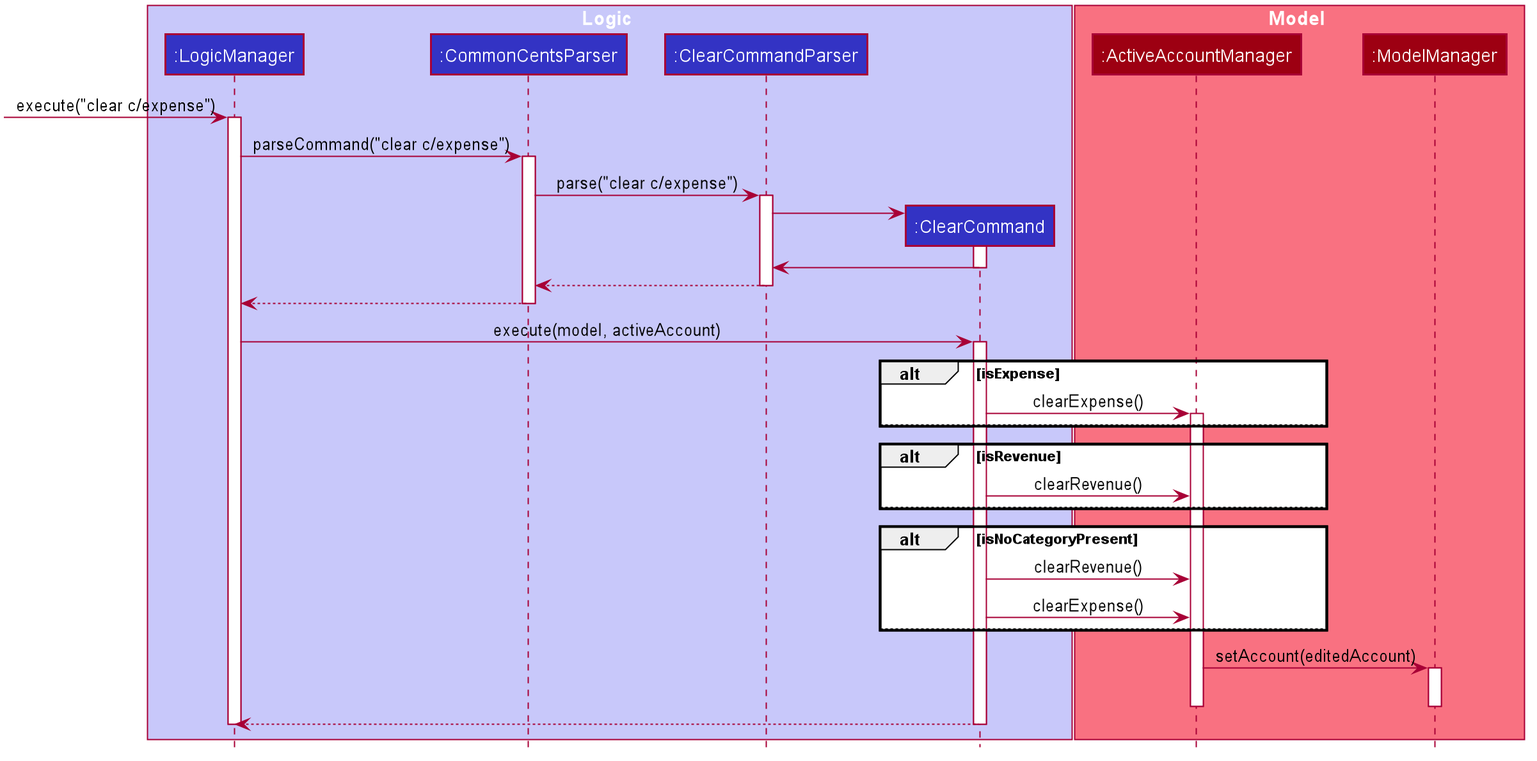
Above: docs/images/ClearSequenceDiagram.png in nus-cs2103-AY2021S1/tp (PlantUML), before the change.
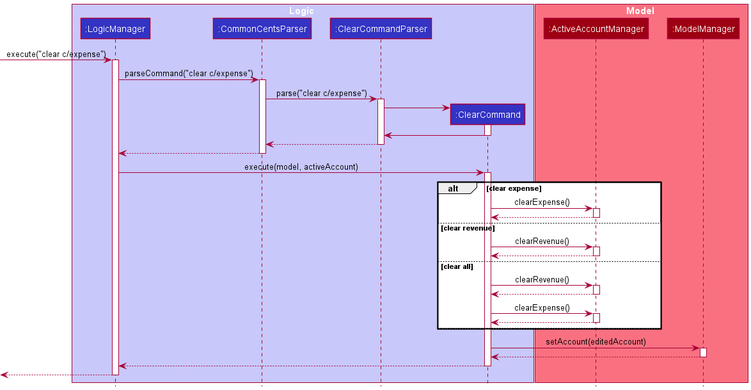
After the commit.

Change to the diagram source:
```diff
@@ -1,64 +1,16 @@
 @startuml
+!include style.puml
 
-
-
-
-
-
-
-
-
-skinparam BackgroundColor #FFFFFFF
-
-skinparam Shadowing false
-
-skinparam Class {
-    FontColor #FFFFFF
-    BorderThickness 1
-    BorderColor #FFFFFF
-    StereotypeFontColor #FFFFFF
-    FontName Arial
-}
-
-skinparam Actor {
-    BorderColor #000000
-    Color #000000
-    FontName Arial
-}
-
-skinparam Sequence {
-    MessageAlign center
-    BoxFontSize 15
-    BoxPadding 0
-    BoxFontColor #FFFFFF
-    FontName Arial
-}
-
-skinparam Participant {
-    FontColor #FFFFFFF
-    Padding 20
-}
-
-skinparam MinClassWidth 50
-skinparam ParticipantPadding 10
-skinparam Shadowing false
-skinparam DefaultTextAlignment center
-skinparam packageStyle Rectangle
-
-hide footbox
-hide members
-hide circle
-
-box Logic #C8C8FA
-participant ":LogicManager" as LogicManager #3333C4
-participant ":CommonCentsParser" as CommonCentsParser #3333C4
-participant ":ClearCommandParser" as ClearCommandParser #3333C4
-participant ":ClearCommand" as ClearCommand #3333C4
+box Logic LOGIC_COLOR_T1
+participant ":LogicManager" as LogicManager LOGIC_COLOR
+participant ":CommonCentsParser" as CommonCentsParser LOGIC_COLOR
+participant ":ClearCommandParser" as ClearCommandParser LOGIC_COLOR
+participant ":ClearCommand" as ClearCommand LOGIC_COLOR
 end box
 
-box Model #F97181
-participant ":ActiveAccountManager" as ActiveAccount #9D0012
-participant ":ModelManager" as Model #9D0012
+box Model MODEL_COLOR_T1
+participant ":ActiveAccountManager" as ActiveAccount MODEL_COLOR
+participant ":ModelManager" as Model MODEL_COLOR
 end box
 
 [-> LogicManager : execute("clear c/expense")
@@ -86,32 +38,40 @@
 LogicManager -> ClearCommand: execute(model, activeAccount)
 activate ClearCommand
 
-alt isExpense
+alt clear expense
 ClearCommand -> ActiveAccount: clearExpense()
 activate ActiveAccount
+ActiveAccount --> ClearCommand
+deactivate ActiveAccount
+
+else clear revenue
+ClearCommand -> ActiveAccount: clearRevenue()
+activate ActiveAccount
+ActiveAccount --> ClearCommand
+deactivate ActiveAccount
+
+else clear all
+ClearCommand -> ActiveAccount: clearRevenue()
+activate ActiveAccount
+ActiveAccount --> ClearCommand
+deactivate ActiveAccount
+ClearCommand -> ActiveAccount: clearExpense()
+activate ActiveAccount
+ActiveAccount --> ClearCommand
+deactivate ActiveAccount
 else
 end
 
-
-alt isRevenue
-ClearCommand -> ActiveAccount: clearRevenue()
-else
-end
-
-alt isNoCategoryPresent
-ClearCommand -> ActiveAccount: clearRevenue()
-ClearCommand -> ActiveAccount: clearExpense()
-else
-end
-
-ActiveAccount -> Model: setAccount(editedAccount)
+ClearCommand -> Model: setAccount(editedAccount)
 activate Model
 
+Model --> ClearCommand
 deactivate ActiveAccount
 deactivate Model
 
 ClearCommand --> LogicManager
 deactivate ClearCommand
 
+[<--LogicManager
 deactivate LogicManager
 @enduml
```
